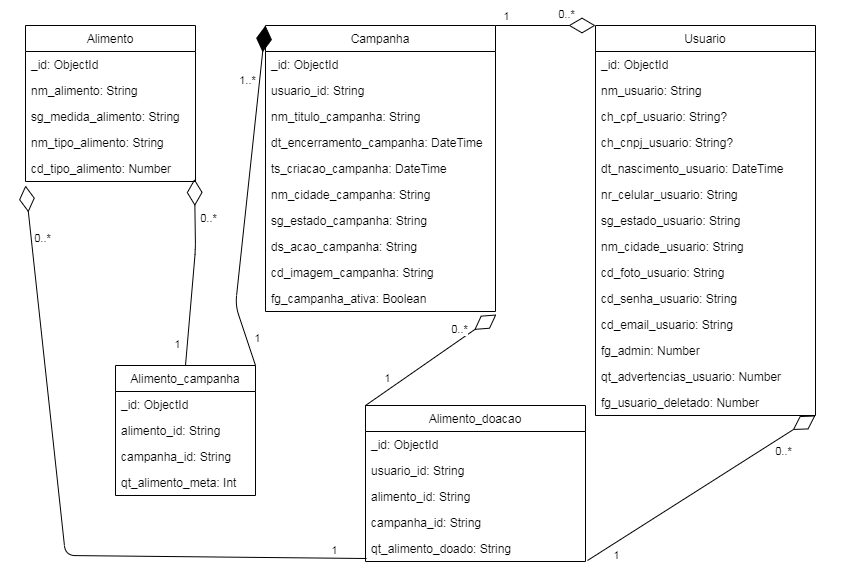
Above: docs/NoAM.png in yagomouro/nacao-nutrida (draw.io), before the change. Source tidied: cells renumbered, new cells last; positions are measured from the earlier drawing's top-left corner, leaving out a move shared by most shapes.
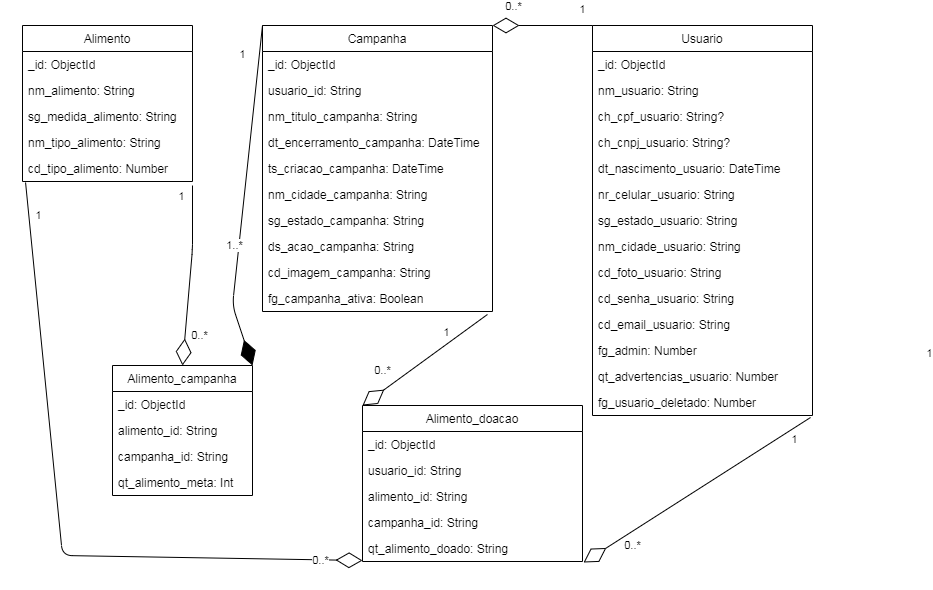
After the change.

Commit message:
fix contador de doações, diagrama NoAM

Change to the diagram source:
```diff
@@ -113,7 +113,7 @@
     <mxCell id="38" value="qt_alimento_meta: Int" style="text;strokeColor=none;fillColor=none;align=left;verticalAlign=top;spacingLeft=4;spacingRight=4;overflow=hidden;" parent="34" vertex="1">
       <mxGeometry y="104" width="140" height="26" as="geometry" />
     </mxCell>
-    <mxCell id="39" style="endArrow=diamondThin;endFill=1;endSize=24;html=1;exitX=1;exitY=0;exitDx=0;exitDy=0;entryX=0;entryY=0;entryDx=0;entryDy=0;" parent="1" edge="1" source="34" target="23">
+    <mxCell id="39" style="endArrow=diamondThin;endFill=1;endSize=24;html=1;exitX=0;exitY=0;exitDx=0;exitDy=0;entryX=1;entryY=0;entryDx=0;entryDy=0;" parent="1" edge="1" source="23" target="34">
       <mxGeometry relative="1" as="geometry">
         <Array as="points">
           <mxPoint x="210" y="280" />
@@ -127,27 +127,12 @@
     </mxCell>
     <mxCell id="41" value="1" style="edgeLabel;html=1;align=center;verticalAlign=middle;" parent="39" vertex="1">
       <mxGeometry x="-0.83" y="-1" relative="1" as="geometry">
-        <mxPoint x="10" as="offset" />
+        <mxPoint x="-16" as="offset" />
       </mxGeometry>
     </mxCell>
     <mxCell id="42" value="Alimento_doacao" style="swimlane;fontStyle=0;horizontal=1;startSize=26;fillColor=none;" parent="1" vertex="1">
       <mxGeometry x="340" y="380" width="220" height="156" as="geometry" />
     </mxCell>
-    <mxCell id="43" style="endArrow=diamondThin;endFill=0;endSize=24;html=1;entryX=1.004;entryY=1.115;entryDx=0;entryDy=0;entryPerimeter=0;" parent="42" edge="1" target="33">
-      <mxGeometry relative="1" as="geometry">
-        <mxPoint as="sourcePoint" />
-      </mxGeometry>
-    </mxCell>
-    <mxCell id="44" value="1" style="edgeLabel;html=1;align=center;verticalAlign=middle;" parent="43" vertex="1">
-      <mxGeometry x="-0.46" y="3" relative="1" as="geometry">
-        <mxPoint x="-12" as="offset" />
-      </mxGeometry>
-    </mxCell>
-    <mxCell id="45" value="0..*" style="edgeLabel;html=1;align=center;verticalAlign=middle;" parent="43" vertex="1">
-      <mxGeometry x="0.52" y="-4" relative="1" as="geometry">
-        <mxPoint x="-8" y="-11" as="offset" />
-      </mxGeometry>
-    </mxCell>
     <mxCell id="46" value="_id: ObjectId" style="text;strokeColor=none;fillColor=none;align=left;verticalAlign=top;spacingLeft=4;spacingRight=4;overflow=hidden;" parent="42" vertex="1">
       <mxGeometry y="26" width="220" height="26" as="geometry" />
     </mxCell>
@@ -163,7 +148,7 @@
     <mxCell id="50" value="qt_alimento_doado: String" style="text;strokeColor=none;fillColor=none;align=left;verticalAlign=top;spacingLeft=4;spacingRight=4;overflow=hidden;points=[[0,0.5],[1,0.5]];portConstraint=eastwest;" parent="42" vertex="1">
       <mxGeometry y="130" width="220" height="26" as="geometry" />
     </mxCell>
-    <mxCell id="51" style="endArrow=diamondThin;endFill=0;endSize=24;html=1;exitX=0.5;exitY=0;exitDx=0;exitDy=0;entryX=0.994;entryY=0.904;entryDx=0;entryDy=0;entryPerimeter=0;" parent="1" edge="1" source="34" target="7">
+    <mxCell id="51" style="endArrow=diamondThin;endFill=0;endSize=24;html=1;entryX=0.5;entryY=0;entryDx=0;entryDy=0;exitX=1;exitY=1.154;exitDx=0;exitDy=0;exitPerimeter=0;" parent="1" edge="1" source="7" target="34">
       <mxGeometry relative="1" as="geometry">
         <Array as="points">
           <mxPoint x="170" y="223.5" />
@@ -172,45 +157,47 @@
     </mxCell>
     <mxCell id="52" value="0..*" style="edgeLabel;html=1;align=center;verticalAlign=middle;" parent="51" vertex="1">
       <mxGeometry x="0.68" relative="1" as="geometry">
-        <mxPoint x="13" y="9" as="offset" />
+        <mxPoint x="14" y="-2" as="offset" />
       </mxGeometry>
     </mxCell>
     <mxCell id="53" value="1" style="edgeLabel;html=1;align=center;verticalAlign=middle;rotation=0;" parent="51" vertex="1">
       <mxGeometry x="-0.32" y="1" relative="1" as="geometry">
-        <mxPoint x="-13" y="42" as="offset" />
+        <mxPoint x="-13" y="-52" as="offset" />
       </mxGeometry>
     </mxCell>
-    <mxCell id="54" style="endArrow=diamondThin;endFill=0;endSize=24;html=1;entryX=0;entryY=0;entryDx=0;entryDy=0;exitX=1;exitY=0;exitDx=0;exitDy=0;" parent="1" edge="1" source="23" target="8">
+    <mxCell id="54" style="endArrow=diamondThin;endFill=0;endSize=24;html=1;entryX=1;entryY=0;entryDx=0;entryDy=0;exitX=0;exitY=0;exitDx=0;exitDy=0;" parent="1" edge="1" source="8" target="23">
       <mxGeometry relative="1" as="geometry" />
     </mxCell>
     <mxCell id="55" value="1" style="edgeLabel;html=1;align=center;verticalAlign=middle;" parent="54" vertex="1">
       <mxGeometry x="-0.2" y="2" relative="1" as="geometry">
-        <mxPoint x="-30" y="-8" as="offset" />
+        <mxPoint x="29" y="-19" as="offset" />
       </mxGeometry>
     </mxCell>
     <mxCell id="56" value="0..*" style="edgeLabel;html=1;align=center;verticalAlign=middle;" parent="54" vertex="1">
       <mxGeometry x="0.24" y="3" relative="1" as="geometry">
-        <mxPoint x="8" y="-9" as="offset" />
+        <mxPoint x="-18" y="-23" as="offset" />
       </mxGeometry>
     </mxCell>
-    <mxCell id="57" style="endArrow=diamondThin;endFill=0;endSize=24;html=1;entryX=1.009;entryY=0.923;entryDx=0;entryDy=0;entryPerimeter=0;exitX=1.009;exitY=0.962;exitDx=0;exitDy=0;exitPerimeter=0;" parent="1" edge="1" source="50">
-      <mxGeometry relative="1" as="geometry">
-        <mxPoint x="790" y="390" as="targetPoint" />
-      </mxGeometry>
+    <mxCell id="57" style="endArrow=diamondThin;endFill=0;endSize=24;html=1;exitX=0.991;exitY=1.077;exitDx=0;exitDy=0;exitPerimeter=0;entryX=1.005;entryY=1.038;entryDx=0;entryDy=0;entryPerimeter=0;" parent="1" edge="1" source="22" target="50">
+      <mxGeometry relative="1" as="geometry" />
     </mxCell>
     <mxCell id="58" value="0..*" style="edgeLabel;html=1;align=center;verticalAlign=middle;" parent="57" vertex="1">
       <mxGeometry x="0.55" y="-4" relative="1" as="geometry">
-        <mxPoint x="17" y="-1" as="offset" />
+        <mxPoint x="-1" y="19" as="offset" />
       </mxGeometry>
     </mxCell>
     <mxCell id="59" value="1" style="edgeLabel;html=1;align=center;verticalAlign=middle;" parent="57" vertex="1">
       <mxGeometry x="-0.66" y="-3" relative="1" as="geometry">
-        <mxPoint x="-12" y="17" as="offset" />
+        <mxPoint x="158" y="-86" as="offset" />
       </mxGeometry>
     </mxCell>
+    <mxCell id="63" value="1" style="edgeLabel;html=1;align=center;verticalAlign=middle;" parent="57" vertex="1">
+      <mxGeometry x="-0.79" y="2" relative="1" as="geometry">
+        <mxPoint x="7" y="4" as="offset" />
+      </mxGeometry>
+    </mxCell>
-    <mxCell id="60" style="endArrow=diamondThin;endFill=0;endSize=24;html=1;exitX=0.005;exitY=0.885;exitDx=0;exitDy=0;exitPerimeter=0;" parent="1" edge="1" source="50">
+    <mxCell id="60" style="endArrow=diamondThin;endFill=0;endSize=24;html=1;entryX=0;entryY=0.962;entryDx=0;entryDy=0;entryPerimeter=0;exitX=0.018;exitY=1.038;exitDx=0;exitDy=0;exitPerimeter=0;" parent="1" edge="1" source="7" target="50">
       <mxGeometry relative="1" as="geometry">
-        <mxPoint y="160" as="targetPoint" />
         <Array as="points">
           <mxPoint x="40" y="530" />
         </Array>
@@ -226,5 +213,18 @@
         <mxPoint x="11" as="offset" />
       </mxGeometry>
     </mxCell>
+    <mxCell id="43" style="endArrow=diamondThin;endFill=0;endSize=24;html=1;exitX=0.978;exitY=1.115;exitDx=0;exitDy=0;exitPerimeter=0;entryX=0;entryY=0;entryDx=0;entryDy=0;" parent="1" edge="1" source="33" target="42">
+      <mxGeometry relative="1" as="geometry" />
+    </mxCell>
+    <mxCell id="44" value="1" style="edgeLabel;html=1;align=center;verticalAlign=middle;" parent="43" vertex="1">
+      <mxGeometry x="-0.46" y="3" relative="1" as="geometry">
+        <mxPoint x="-9" y="-10" as="offset" />
+      </mxGeometry>
+    </mxCell>
+    <mxCell id="45" value="0..*" style="edgeLabel;html=1;align=center;verticalAlign=middle;" parent="43" vertex="1">
+      <mxGeometry x="0.52" y="-4" relative="1" as="geometry">
+        <mxPoint x="-8" y="-11" as="offset" />
+      </mxGeometry>
+    </mxCell>
   </root>
 </mxGraphModel>
```
